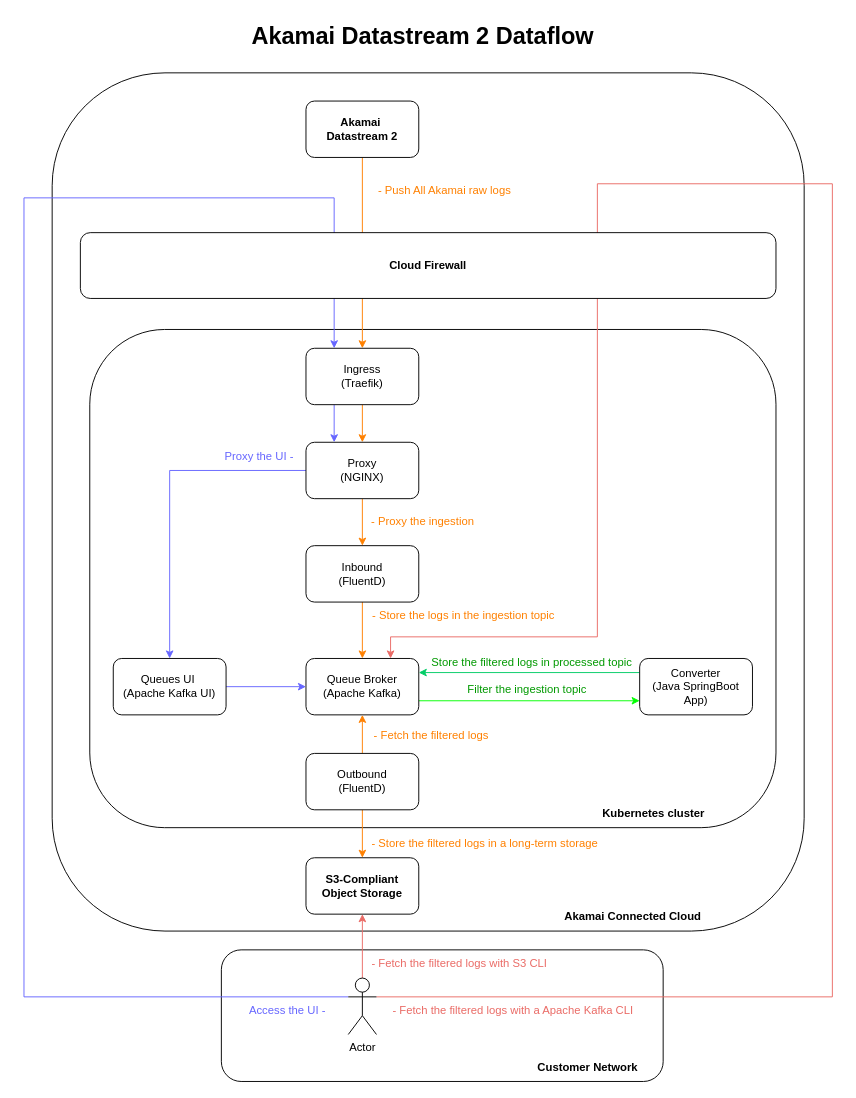
Earlier version of the draw.io diagram architecture.drawio (fvilarinho/akamai-ds2-dataflow). Source tidied: cells renumbered, new cells numbered last; positions are measured from the earlier drawing's top-left corner, leaving out a move shared by most shapes. Both pictures are drawn from the tidied source at 94%, with x=0, y=0 at pixel (24, 16).
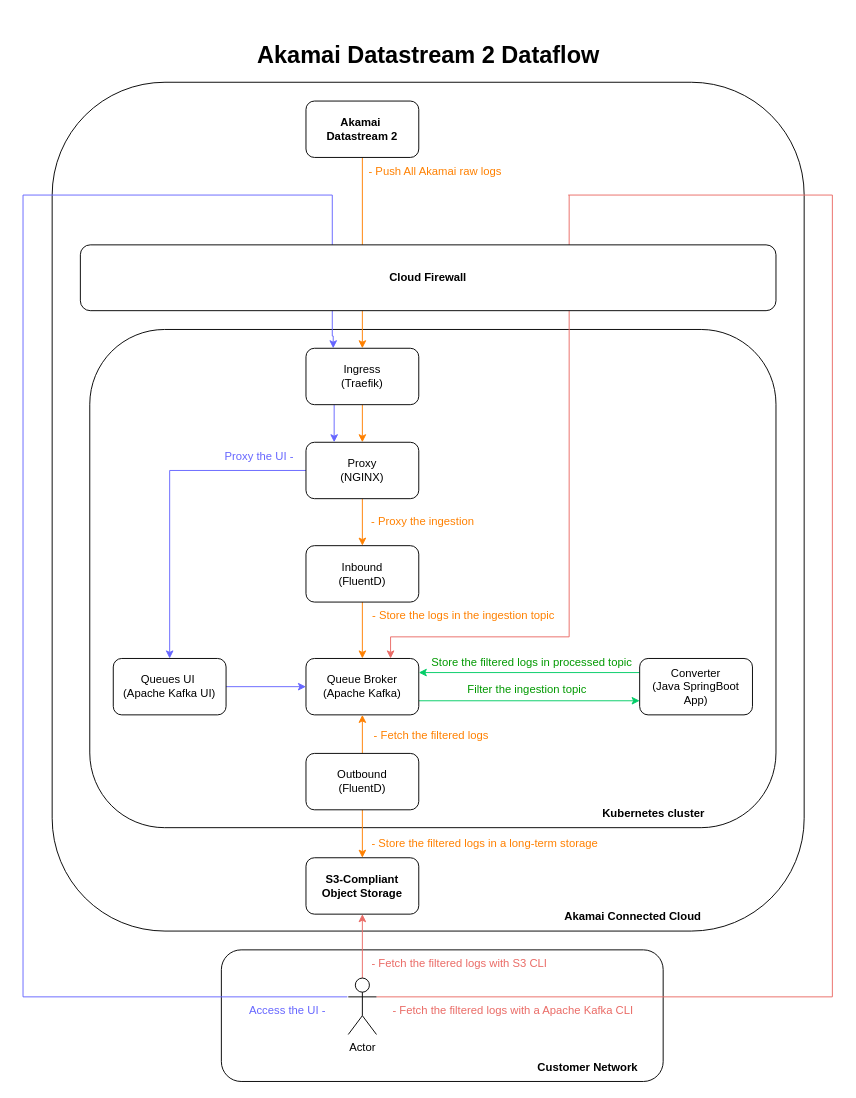
The same diagram, later.

The change refers to these unchanged cells:
```xml
<mxCell id="14" value="Queue Broker&lt;div&gt;(Apache Kafka)&lt;/div&gt;" style="rounded=1;whiteSpace=wrap;html=1;" parent="1" vertex="1">
  <mxGeometry x="300" y="683" width="120" height="60" as="geometry" />
</mxCell>
<mxCell id="16" value="Converter&lt;div&gt;(Java SpringBoot App)&lt;/div&gt;" style="rounded=1;whiteSpace=wrap;html=1;" parent="1" vertex="1">
  <mxGeometry x="655" y="683" width="120" height="60" as="geometry" />
</mxCell>
<mxCell id="24" value="Actor" style="shape=umlActor;verticalLabelPosition=bottom;verticalAlign=top;html=1;" parent="1" vertex="1">
  <mxGeometry x="345" y="1023" width="30" height="60" as="geometry" />
</mxCell>
<mxCell id="38" value="Ingress&lt;div&gt;(Traefik)&lt;/div&gt;" style="rounded=1;whiteSpace=wrap;html=1;" parent="1" vertex="1">
  <mxGeometry x="300" y="353" width="120" height="60" as="geometry" />
</mxCell>
```

What changed in the source:
```diff
@@
     <mxCell id="2" style="rounded=1;whiteSpace=wrap;html=1;fillColor=none;" parent="1" vertex="1">
-      <mxGeometry x="30" y="60" width="800" height="913" as="geometry" />
+      <mxGeometry x="30" y="70" width="800" height="903" as="geometry" />
     </mxCell>
@@
-    <mxCell id="13" style="edgeStyle=orthogonalEdgeStyle;rounded=0;jettySize=auto;html=1;exitX=1;exitY=0.75;exitDx=0;exitDy=0;entryX=0;entryY=0.75;entryDx=0;entryDy=0;strokeColor=#00FF00;" parent="1" edge="1" source="14" target="16">
+    <mxCell id="13" style="edgeStyle=orthogonalEdgeStyle;rounded=0;jettySize=auto;html=1;exitX=1;exitY=0.75;exitDx=0;exitDy=0;entryX=0;entryY=0.75;entryDx=0;entryDy=0;strokeColor=light-dark(#00cc66, #008f00);" parent="1" edge="1" source="14" target="16">
       <mxGeometry relative="1" as="geometry" />
     </mxCell>
@@
-    <mxCell id="22" style="edgeStyle=orthogonalEdgeStyle;rounded=0;jettySize=auto;html=1;strokeColor=#6666FF;entryX=0.25;entryY=0;entryDx=0;entryDy=0;" parent="1" edge="1" source="24" target="38">
+    <mxCell id="22" style="edgeStyle=orthogonalEdgeStyle;rounded=0;orthogonalLoop=1;jettySize=auto;html=1;entryX=0.25;entryY=0;entryDx=0;entryDy=0;strokeColor=#6666FF;" parent="1" edge="1">
       <mxGeometry relative="1" as="geometry">
+        <mxPoint x="344" y="1043" as="sourcePoint" />
+        <mxPoint x="329" y="353" as="targetPoint" />
         <Array as="points">
-          <mxPoint y="1043" />
-          <mxPoint y="193" />
-          <mxPoint x="330" y="193" />
+          <mxPoint x="-1" y="1043" />
+          <mxPoint x="-1" y="190" />
+          <mxPoint x="328" y="190" />
+          <mxPoint x="328" y="340" />
+          <mxPoint x="329" y="340" />
         </Array>
       </mxGeometry>
     </mxCell>
-    <mxCell id="23" style="edgeStyle=orthogonalEdgeStyle;rounded=0;jettySize=auto;html=1;strokeColor=#EA6B66;entryX=0.75;entryY=0;entryDx=0;entryDy=0;" parent="1" edge="1" source="24" target="14">
+    <mxCell id="23" style="edgeStyle=orthogonalEdgeStyle;rounded=0;jettySize=auto;html=1;strokeColor=#EA6B66;endArrow=none;startFill=0;" parent="1" edge="1" source="24">
       <mxGeometry relative="1" as="geometry">
+        <mxPoint x="580" y="190" as="targetPoint" />
         <Array as="points">
           <mxPoint x="860" y="1043" />
-          <mxPoint x="860" y="178" />
-          <mxPoint x="610" y="178" />
-          <mxPoint x="610" y="660" />
-          <mxPoint x="390" y="660" />
+          <mxPoint x="860" y="190" />
+          <mxPoint x="579" y="190" />
         </Array>
       </mxGeometry>
     </mxCell>
@@
     <mxCell id="32" value="- Push All Akamai raw logs" style="text;html=1;align=left;verticalAlign=middle;strokeColor=none;fillColor=none;fontColor=#FF8000;" parent="1" vertex="1">
-      <mxGeometry x="375" y="170" width="160" height="30" as="geometry" />
+      <mxGeometry x="365" y="150" width="160" height="30" as="geometry" />
     </mxCell>
@@
+    <mxCell id="45" style="edgeStyle=orthogonalEdgeStyle;rounded=0;jettySize=auto;html=1;entryX=0.75;entryY=0;entryDx=0;entryDy=0;strokeColor=#EA6B66;" parent="1" edge="1" target="14">
+      <mxGeometry relative="1" as="geometry">
+        <mxPoint x="579" y="190" as="sourcePoint" />
+        <Array as="points">
+          <mxPoint x="580" y="190" />
+          <mxPoint x="580" y="660" />
+          <mxPoint x="390" y="660" />
+        </Array>
+      </mxGeometry>
+    </mxCell>
@@
     <mxCell id="41" value="Cloud Firewall" style="rounded=1;whiteSpace=wrap;html=1;fontStyle=1;" parent="1" vertex="1">
-      <mxGeometry x="60" y="230" width="740" height="70" as="geometry" />
+      <mxGeometry x="60" y="243" width="740" height="70" as="geometry" />
     </mxCell>
@@
     <mxCell id="44" value="Akamai Datastream 2 Dataflow" style="text;html=1;align=center;verticalAlign=middle;strokeColor=none;fillColor=none;fontSize=25;fontStyle=1;" parent="1" vertex="1">
-      <mxGeometry x="229" width="390" height="40" as="geometry" />
+      <mxGeometry x="235" y="20" width="390" height="40" as="geometry" />
     </mxCell>
```
